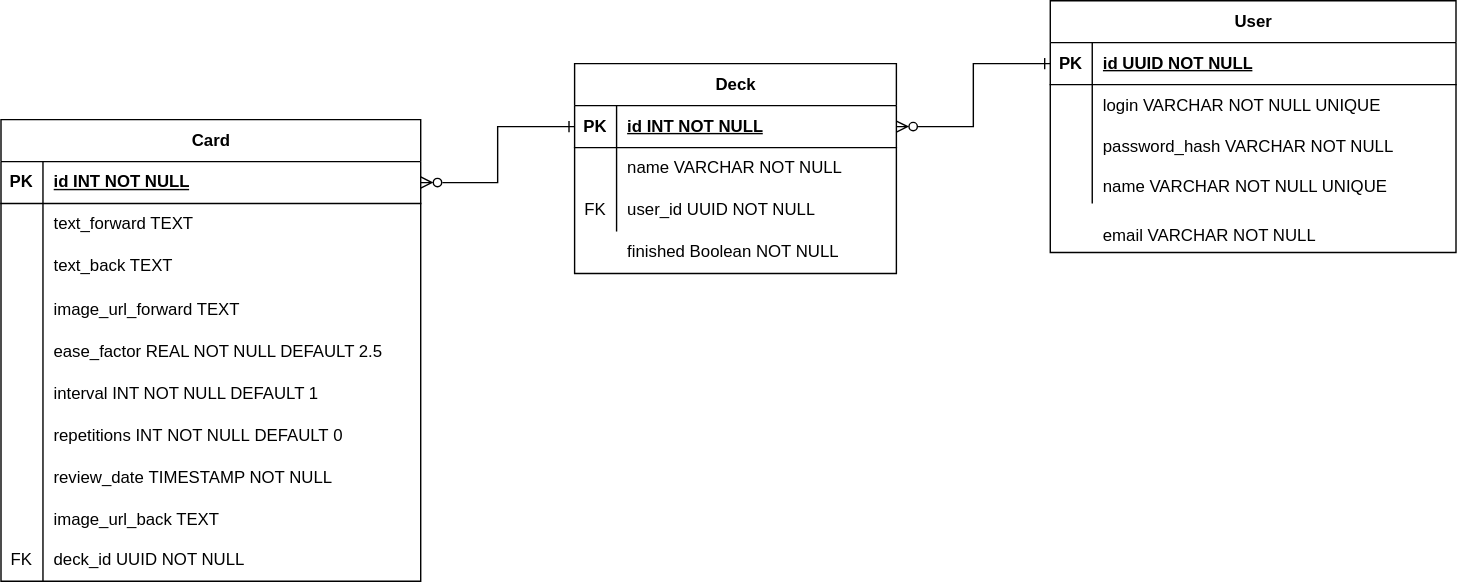
The draw.io diagram api/docs/db-diagram.drawio.svg in philippOkie/fleshcards-app, before a commit. Source tidied: cells renumbered, new cells last; positions are measured from the earlier drawing's top-left corner, leaving out a move shared by most shapes.
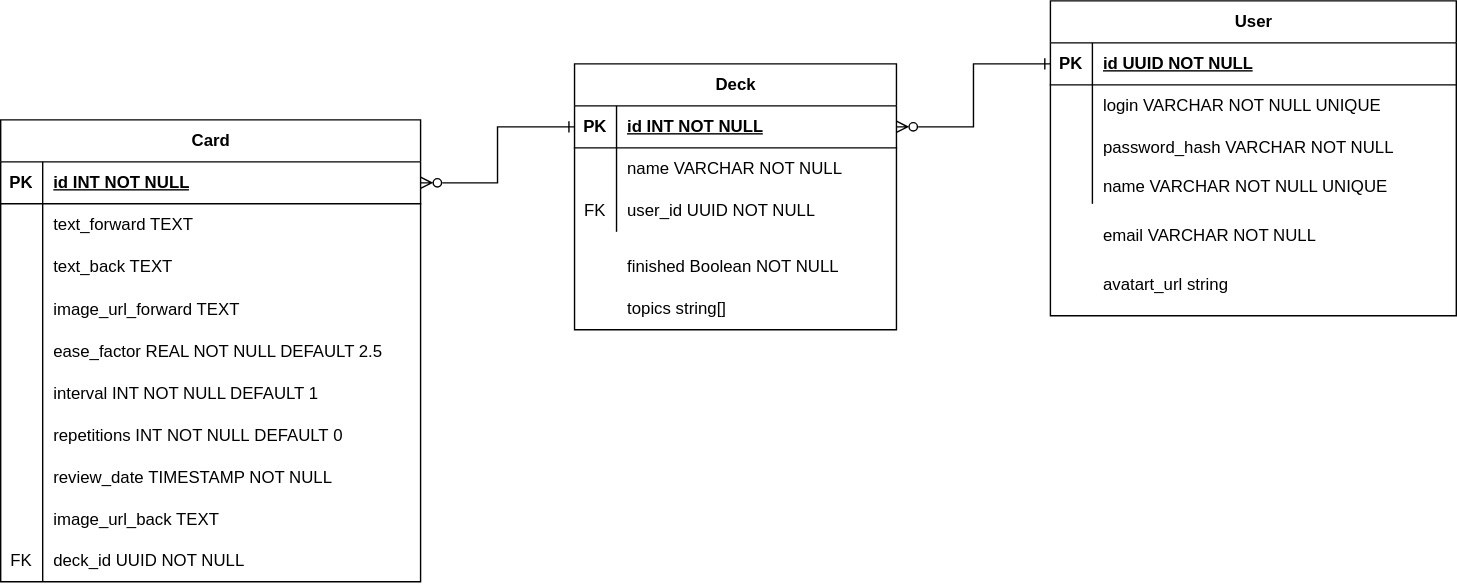
Later version of the same file.

What changed in the source:
```diff
@@ -96,7 +96,7 @@
       <mxGeometry x="30" width="270" height="30" as="geometry" />
     </mxCell>
     <mxCell id="33" value="Deck" style="shape=table;startSize=30;rowLines=0;fontStyle=1;align=center;html=1;" parent="1" vertex="1">
-      <mxGeometry x="410" y="45" width="230" height="150" as="geometry" />
+      <mxGeometry x="410" y="45" width="230" height="190" as="geometry" />
     </mxCell>
     <mxCell id="34" style="shape=tableRow;horizontal=0;startSize=0;swimlaneHead=0;swimlaneBody=0;fillColor=none;points=[[0,0.5],[1,0.5]];portConstraint=eastwest;top=0;left=0;right=0;bottom=1;" parent="33" vertex="1">
       <mxGeometry y="30" width="230" height="30" as="geometry" />
@@ -126,7 +126,7 @@
       <mxGeometry x="30" width="200" height="30" as="geometry" />
     </mxCell>
     <mxCell id="43" value="User" style="shape=table;startSize=30;rowLines=0;fontStyle=1;align=center;html=1;" parent="1" vertex="1">
-      <mxGeometry x="750" width="290" height="180" as="geometry" />
+      <mxGeometry x="750" width="290" height="225" as="geometry" />
     </mxCell>
     <mxCell id="44" style="shape=tableRow;horizontal=0;startSize=0;swimlaneHead=0;swimlaneBody=0;fillColor=none;points=[[0,0.5],[1,0.5]];portConstraint=eastwest;top=0;left=0;right=0;bottom=1;" parent="43" vertex="1">
       <mxGeometry y="30" width="290" height="30" as="geometry" />
@@ -176,11 +176,17 @@
     <mxCell id="59" style="shape=partialRectangle;fillColor=none;top=0;left=0;bottom=0;right=0;overflow=hidden;whiteSpace=wrap;html=1;" parent="58" vertex="1">
       <mxGeometry width="30" height="30" as="geometry" />
     </mxCell>
+    <mxCell id="61" value="email VARCHAR NOT NULL" style="shape=partialRectangle;fillColor=none;top=0;left=0;bottom=0;right=0;align=left;spacingLeft=6;overflow=hidden;whiteSpace=wrap;html=1;" parent="1" vertex="1">
+      <mxGeometry x="780" y="150" width="260" height="35" as="geometry" />
+    </mxCell>
+    <mxCell id="62" value="avatart_url string" style="shape=partialRectangle;fillColor=none;top=0;left=0;bottom=0;right=0;align=left;spacingLeft=6;overflow=hidden;whiteSpace=wrap;html=1;" parent="1" vertex="1">
+      <mxGeometry x="780" y="185" width="260" height="35" as="geometry" />
+    </mxCell>
+    <mxCell id="63" value="topics string[]" style="shape=partialRectangle;fillColor=none;top=0;left=0;bottom=0;right=0;align=left;spacingLeft=6;overflow=hidden;whiteSpace=wrap;html=1;" parent="1" vertex="1">
+      <mxGeometry x="440" y="205" width="200" height="30" as="geometry" />
+    </mxCell>
-    <mxCell id="60" value="finished Boolean&lt;span style=&quot;background-color: initial;&quot;&gt;&amp;nbsp;NOT NULL&lt;/span&gt;" style="shape=partialRectangle;fillColor=none;top=0;left=0;bottom=0;right=0;align=left;spacingLeft=6;overflow=hidden;whiteSpace=wrap;html=1;" parent="58" vertex="1">
-      <mxGeometry x="30" width="200" height="30" as="geometry" />
+    <mxCell id="60" value="finished Boolean&lt;span style=&quot;background-color: initial;&quot;&gt;&amp;nbsp;NOT NULL&lt;/span&gt;" style="shape=partialRectangle;fillColor=none;top=0;left=0;bottom=0;right=0;align=left;spacingLeft=6;overflow=hidden;whiteSpace=wrap;html=1;" parent="1" vertex="1">
+      <mxGeometry x="440" y="175" width="200" height="30" as="geometry" />
     </mxCell>
-    <mxCell id="61" value="email VARCHAR NOT NULL" style="shape=partialRectangle;fillColor=none;top=0;left=0;bottom=0;right=0;align=left;spacingLeft=6;overflow=hidden;whiteSpace=wrap;html=1;" parent="1" vertex="1">
-      <mxGeometry x="780" y="150" width="260" height="35" as="geometry" />
-    </mxCell>
   </root>
 </mxGraphModel>
```
